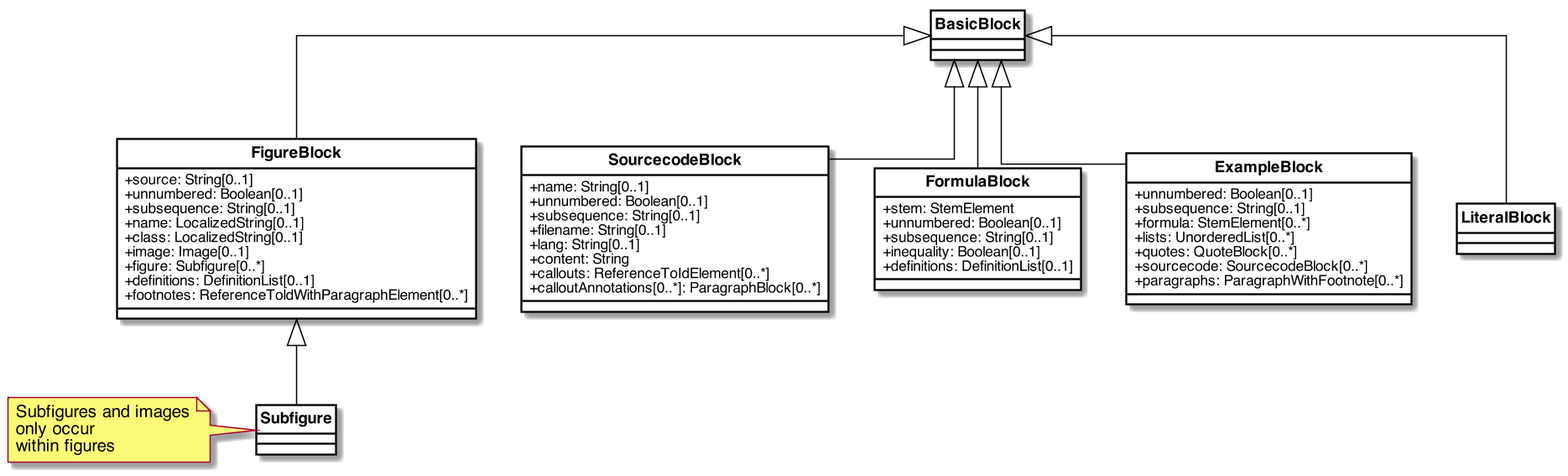
Before: images/AncillaryBlocks.png, a diagram exported from PlantUML (metanorma/basicdoc-models).
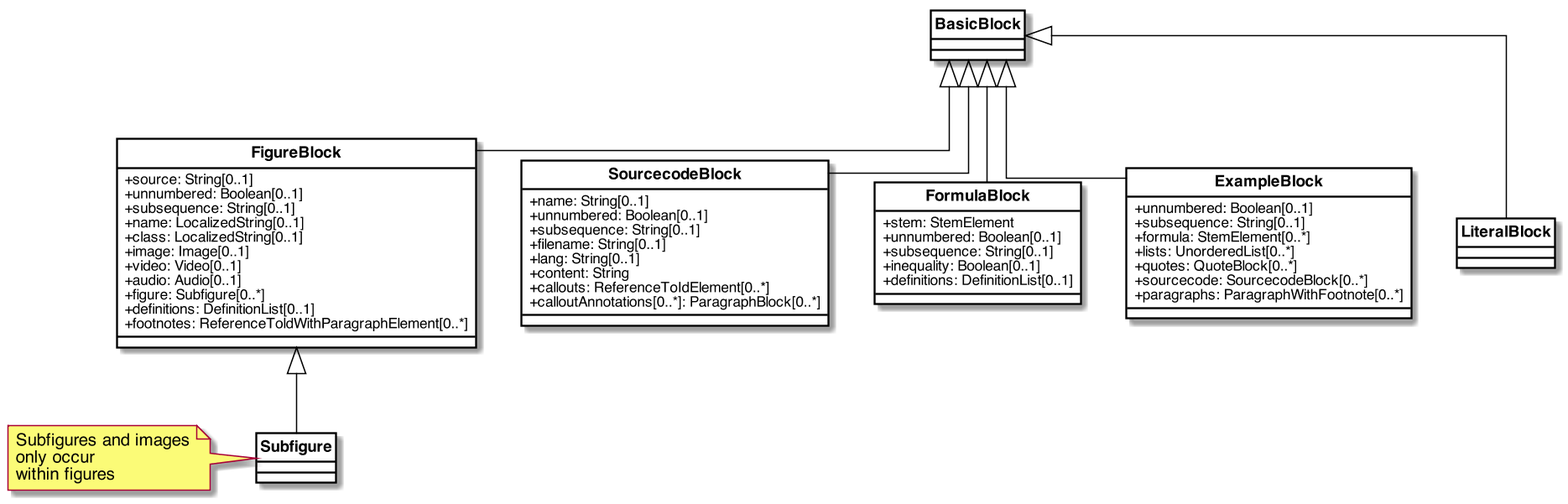
The same file after the commit.

Change to the diagram source:
```diff
@@ -50,6 +50,8 @@
     +name: LocalizedString[0..1]
     +class: LocalizedString[0..1]
     +image: Image[0..1]
+    +video: Video[0..1]
+    +audio: Audio[0..1]
     +figure: Subfigure[0..*]
     +definitions: DefinitionList[0..1]
     +footnotes: ReferenceToldWithParagraphElement[0..*]
```
